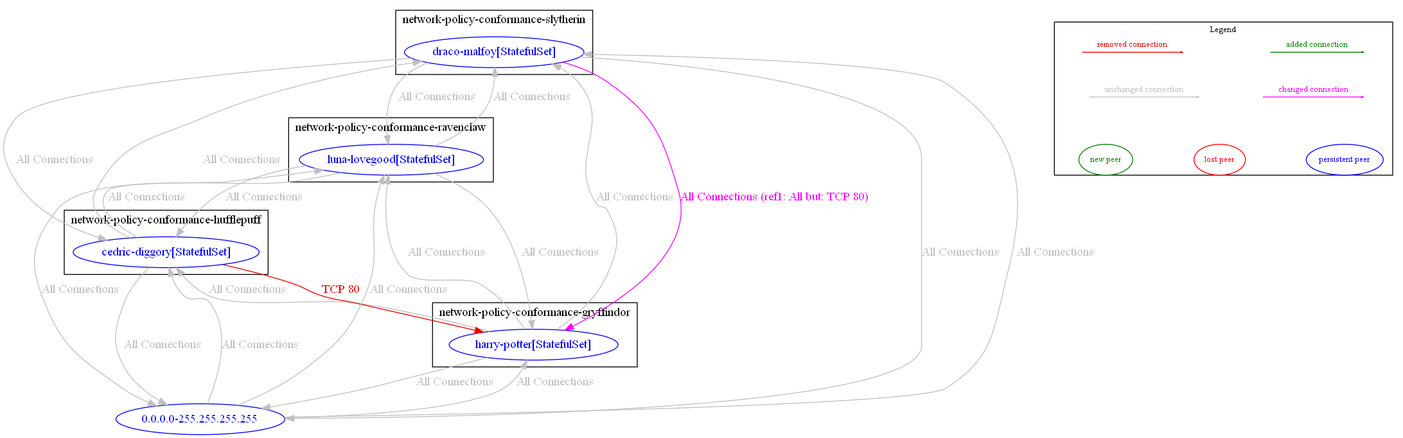
The Graphviz diagram test_outputs/diff/diff_between_anp_test_7_swapping_rules_and_anp_test_7.dot.png in np-guard/netpol-analyzer, before a commit. Its source is kept beside it as test_outputs/diff/diff_between_anp_test_7_swapping_rules_and_anp_test_7.dot.
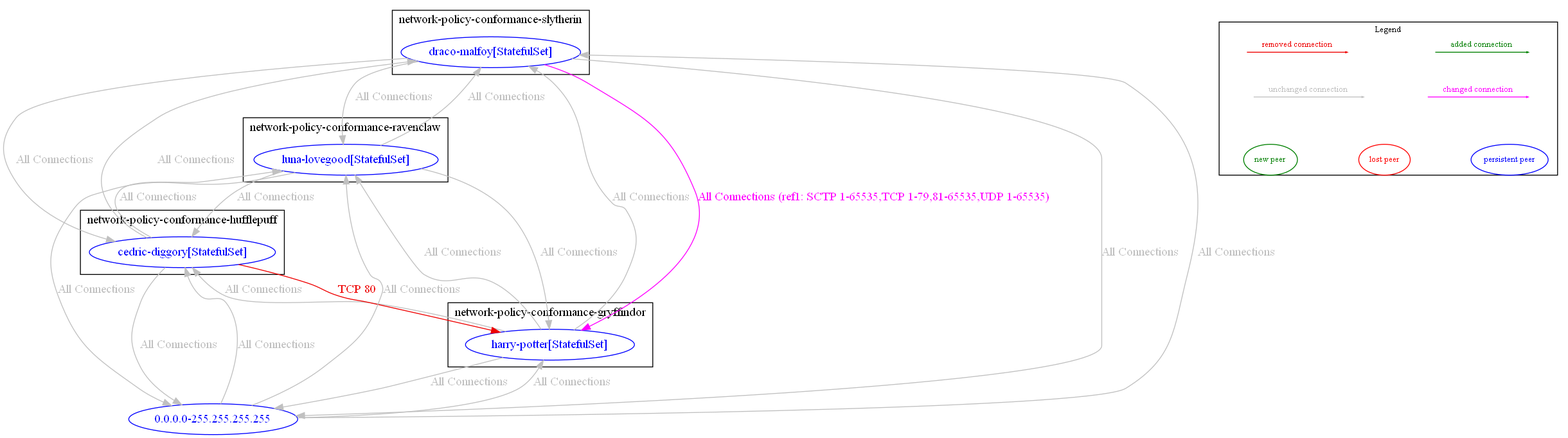
Later version of the same file.

Change to the diagram source:
```diff
@@ -33,7 +33,7 @@
 	"network-policy-conformance-ravenclaw/luna-lovegood[StatefulSet]" -> "network-policy-conformance-hufflepuff/cedric-diggory[StatefulSet]" [label="All Connections" color="grey" fontcolor="grey" weight=1]
 	"network-policy-conformance-ravenclaw/luna-lovegood[StatefulSet]" -> "network-policy-conformance-slytherin/draco-malfoy[StatefulSet]" [label="All Connections" color="grey" fontcolor="grey" weight=0.5]
 	"network-policy-conformance-slytherin/draco-malfoy[StatefulSet]" -> "0.0.0.0-255.255.255.255" [label="All Connections" color="grey" fontcolor="grey" weight=1]
-	"network-policy-conformance-slytherin/draco-malfoy[StatefulSet]" -> "network-policy-conformance-gryffindor/harry-potter[StatefulSet]" [label="All Connections (ref1: All but: TCP 80)" color="magenta" fontcolor="magenta" weight=1]
+	"network-policy-conformance-slytherin/draco-malfoy[StatefulSet]" -> "network-policy-conformance-gryffindor/harry-potter[StatefulSet]" [label="All Connections (ref1: SCTP 1-65535,TCP 1-79,81-65535,UDP 1-65535)" color="magenta" fontcolor="magenta" weight=1]
 	"network-policy-conformance-slytherin/draco-malfoy[StatefulSet]" -> "network-policy-conformance-hufflepuff/cedric-diggory[StatefulSet]" [label="All Connections" color="grey" fontcolor="grey" weight=1]
 	"network-policy-conformance-slytherin/draco-malfoy[StatefulSet]" -> "network-policy-conformance-ravenclaw/luna-lovegood[StatefulSet]" [label="All Connections" color="grey" fontcolor="grey" weight=1]
 	nodesep=0.5
```
